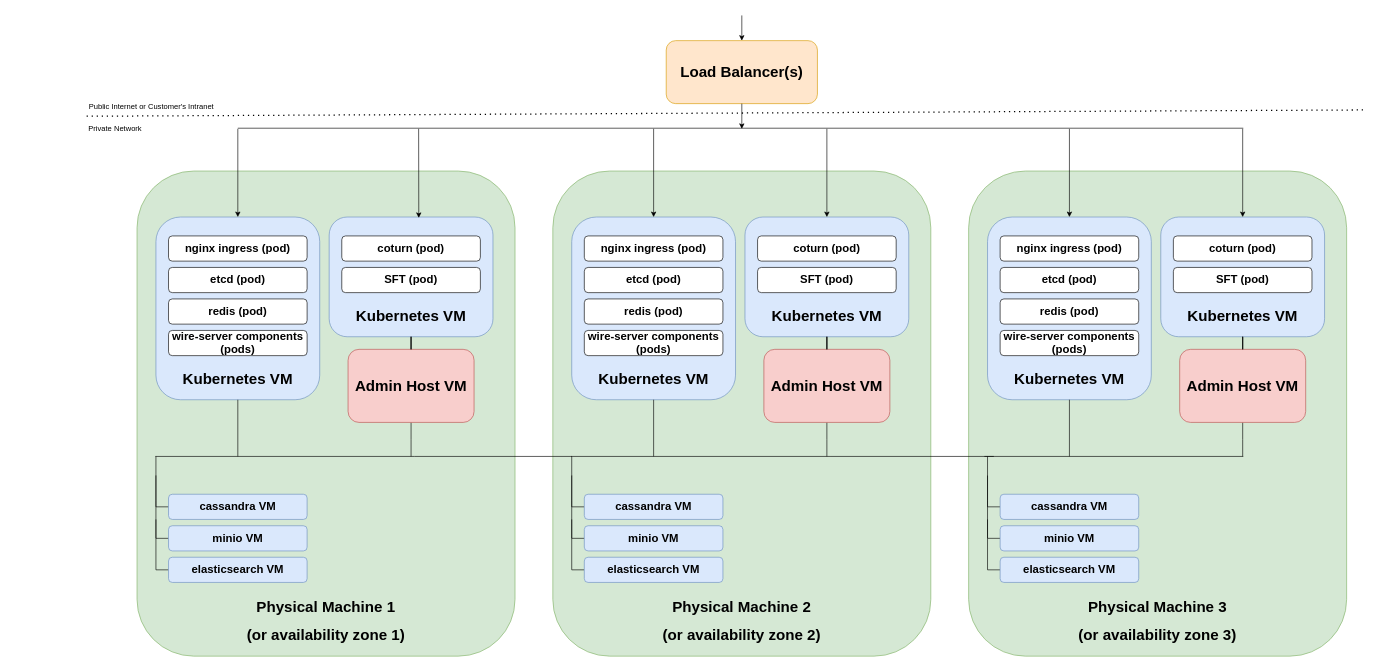
The draw.io diagram docs/src/how-to/install/img/architecture-server-ha.drawio in wireapp/wire-server, before the edit. Source tidied: cells renumbered, new cells numbered last; positions are measured from the earlier drawing's top-left corner, leaving out a move shared by most shapes. Both pictures are drawn from the tidied source at 63%, with x=0, y=0 at pixel (66, 15).
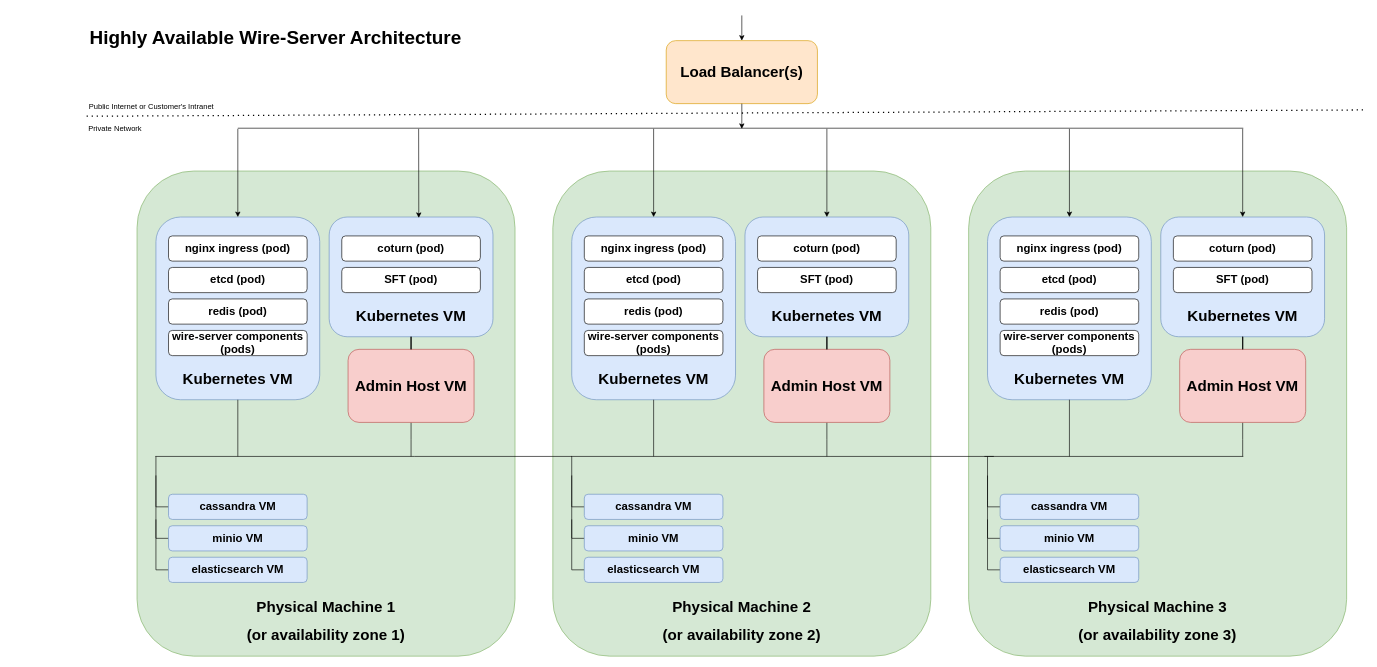
Above is the later version.

Commit message (it also covers changes not shown here):
forgot the title

Diff of the diagram source:
```diff
@@
+    <mxCell id="80" value="&lt;h1 style=&quot;font-size: 30px;&quot;&gt;&lt;font style=&quot;font-size: 30px;&quot;&gt;Highly Available Wire-Server Architecture&lt;/font&gt;&lt;/h1&gt;" style="text;html=1;strokeColor=none;fillColor=none;align=center;verticalAlign=middle;whiteSpace=wrap;rounded=0;" parent="1" vertex="1">
+      <mxGeometry x="-88" y="20" width="840" height="30" as="geometry" />
+    </mxCell>
```
